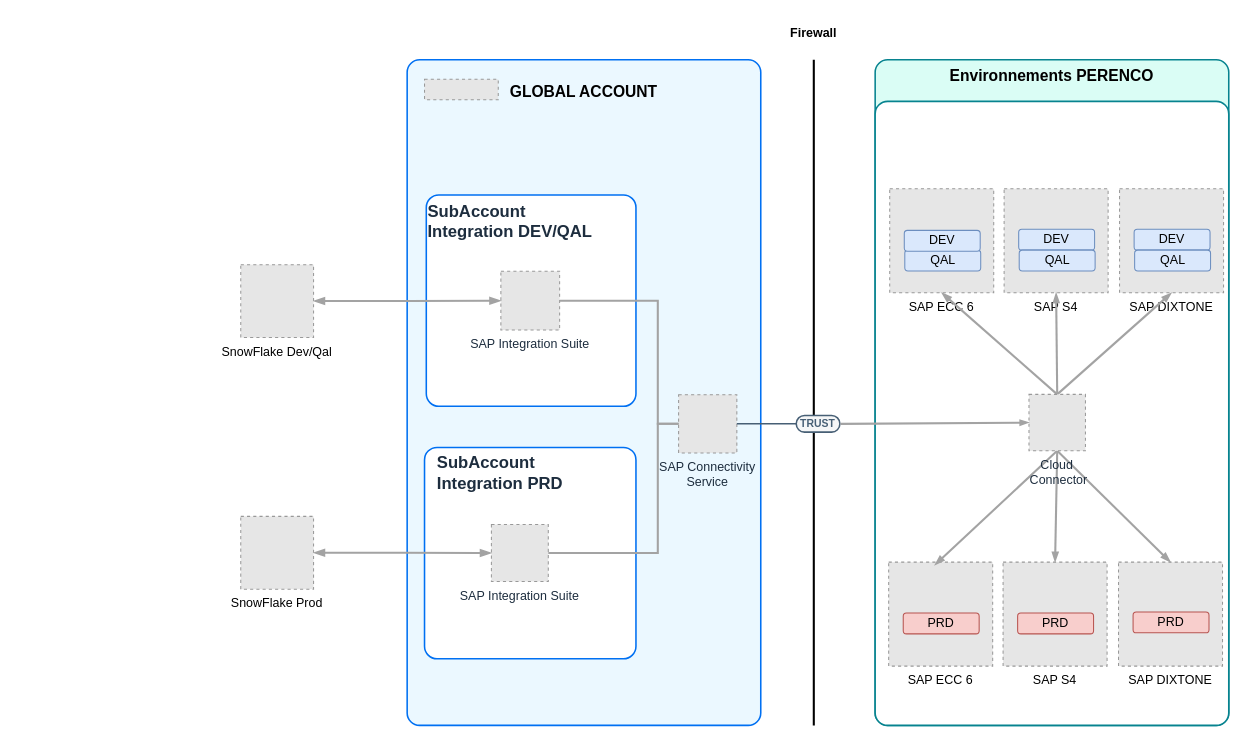
Above: page "Page-1" (1 of 2) of Workflow.drawio in MikaPaP/ArchiWorkflow (draw.io), before the change. Source tidied: cells renumbered, new cells numbered last; positions are measured from the earlier drawing's top-left corner, leaving out a move shared by most shapes. Both pictures are drawn from the tidied source at 104%, with x=0, y=0 at pixel (240, 18). Pictures stored in the file or linked from it are replaced by grey dashed boxes.
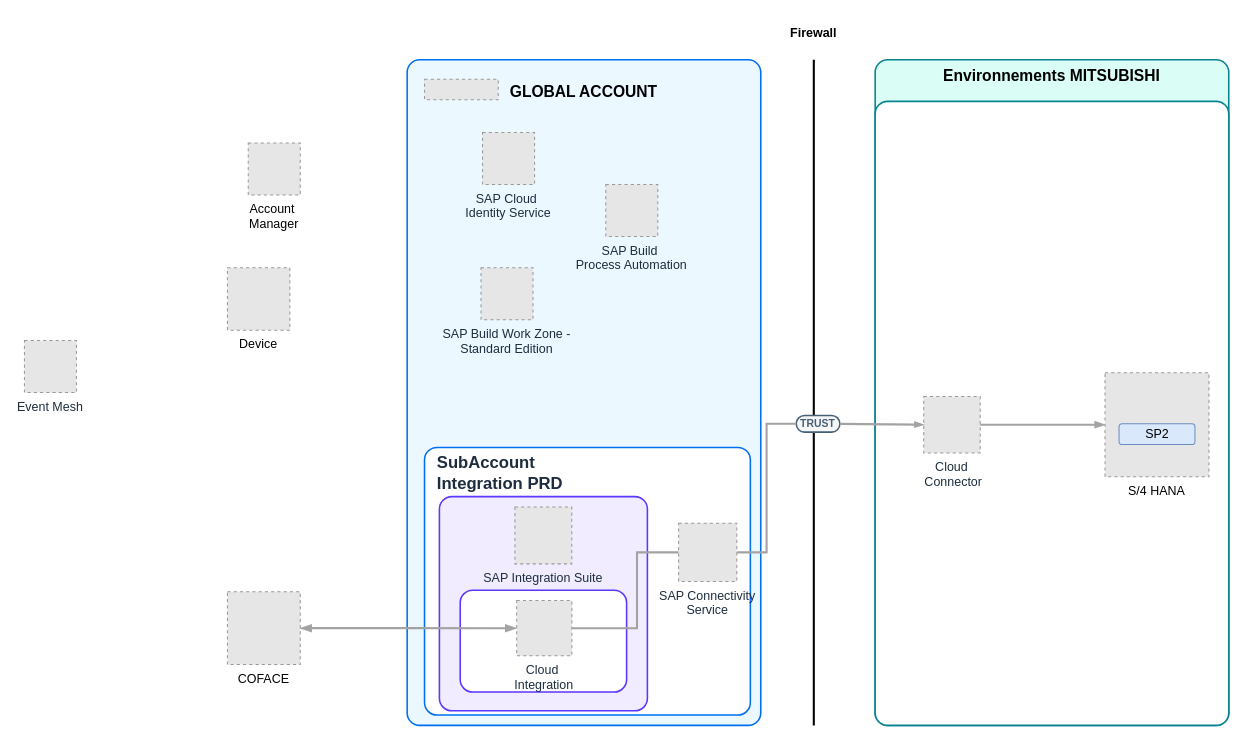
Above is the later version.

Commit message:
Mettre à jour Workflow.drawio

The change refers to these unchanged cells:
```xml
<mxCell id="25" value="&lt;p style=&quot;line-height: 114%;&quot;&gt;&lt;font color=&quot;#475f75&quot; size=&quot;1&quot;&gt;&lt;b style=&quot;&quot;&gt;TRUST&lt;/b&gt;&lt;/font&gt;&lt;/p&gt;" style="rounded=1;whiteSpace=wrap;html=1;arcSize=50;strokeColor=#475f75;fillColor=#f5f6f7;fontColor=#266f3a;strokeWidth=1.5;" parent="14" vertex="1">
  <mxGeometry x="374.1" y="342" width="42" height="16" as="geometry" />
</mxCell>
```

Diff of the diagram source:
```diff
@@
-    <mxCell id="2" value="Environnements PERENCO" style="rounded=1;whiteSpace=wrap;html=1;strokeColor=#07838f;fillColor=#dafdf5;arcSize=24;absoluteArcSize=1;imageWidth=64;imageHeight=64;strokeWidth=1.5;verticalAlign=top;fontSize=15;fontStyle=1;" parent="1" vertex="1">
+    <mxCell id="2" value="Environnements MITSUBISHI" style="rounded=1;whiteSpace=wrap;html=1;strokeColor=#07838f;fillColor=#dafdf5;arcSize=24;absoluteArcSize=1;imageWidth=64;imageHeight=64;strokeWidth=1.5;verticalAlign=top;fontSize=15;fontStyle=1;" parent="1" vertex="1">
       <mxGeometry x="610" y="40" width="340" height="640" as="geometry" />
     </mxCell>
@@
-    <mxCell id="4" value="SAP ECC 6" style="fillColor=#E6E6E6;strokeColor=#999999;dashed=1;verticalLabelPosition=bottom;verticalAlign=top;" parent="1" vertex="1">
-      <mxGeometry x="624" y="164" width="100" height="100" as="geometry" />
-    </mxCell>
-    <mxCell id="5" value="SnowFlake Dev/Qal" style="fillColor=#E6E6E6;strokeColor=#999999;dashed=1;verticalLabelPosition=bottom;verticalAlign=top;" parent="1" vertex="1">
-      <mxGeometry y="237" width="70" height="70" as="geometry" />
-    </mxCell>
-    <mxCell id="6" value="SnowFlake Prod" style="fillColor=#E6E6E6;strokeColor=#999999;dashed=1;verticalLabelPosition=bottom;verticalAlign=top;" parent="1" vertex="1">
-      <mxGeometry y="479" width="70" height="70" as="geometry" />
+    <mxCell id="6" value="COFACE" style="fillColor=#E6E6E6;strokeColor=#999999;dashed=1;verticalLabelPosition=bottom;verticalAlign=top;" parent="1" vertex="1">
+      <mxGeometry x="-12.8" y="551.5" width="70" height="70" as="geometry" />
     </mxCell>
-    <mxCell id="7" value="QAL" style="rounded=1;whiteSpace=wrap;html=1;fillColor=#dae8fc;strokeColor=#6c8ebf;" parent="1" vertex="1">
-      <mxGeometry x="638.5" y="223" width="73" height="20" as="geometry" />
-    </mxCell>
-    <mxCell id="8" value="SAP S4" style="fillColor=#E6E6E6;strokeColor=#999999;dashed=1;verticalLabelPosition=bottom;verticalAlign=top;" parent="1" vertex="1">
-      <mxGeometry x="734" y="164" width="100" height="100" as="geometry" />
-    </mxCell>
-    <mxCell id="9" value="DEV" style="rounded=1;whiteSpace=wrap;html=1;fillColor=#dae8fc;strokeColor=#6c8ebf;" parent="1" vertex="1">
-      <mxGeometry x="748" y="203" width="73" height="20" as="geometry" />
-    </mxCell>
-    <mxCell id="10" value="QAL" style="rounded=1;whiteSpace=wrap;html=1;fillColor=#dae8fc;strokeColor=#6c8ebf;" parent="1" vertex="1">
-      <mxGeometry x="748.5" y="223" width="73" height="20" as="geometry" />
-    </mxCell>
-    <mxCell id="11" value="SAP DIXTONE" style="fillColor=#E6E6E6;strokeColor=#999999;dashed=1;verticalLabelPosition=bottom;verticalAlign=top;" parent="1" vertex="1">
-      <mxGeometry x="845" y="164" width="100" height="100" as="geometry" />
+    <mxCell id="11" value="S/4 HANA" style="fillColor=#E6E6E6;strokeColor=#999999;dashed=1;verticalLabelPosition=bottom;verticalAlign=top;" parent="1" vertex="1">
+      <mxGeometry x="831" y="340.9" width="100" height="100" as="geometry" />
     </mxCell>
-    <mxCell id="12" value="DEV" style="rounded=1;whiteSpace=wrap;html=1;fillColor=#dae8fc;strokeColor=#6c8ebf;" parent="1" vertex="1">
-      <mxGeometry x="859" y="203" width="73" height="20" as="geometry" />
-    </mxCell>
-    <mxCell id="13" value="QAL" style="rounded=1;whiteSpace=wrap;html=1;fillColor=#dae8fc;strokeColor=#6c8ebf;" parent="1" vertex="1">
-      <mxGeometry x="859.5" y="223" width="73" height="20" as="geometry" />
+    <mxCell id="13" value="SP2" style="rounded=1;whiteSpace=wrap;html=1;fillColor=#dae8fc;strokeColor=#6c8ebf;" parent="1" vertex="1">
+      <mxGeometry x="844.5" y="390" width="73" height="20" as="geometry" />
     </mxCell>
     <mxCell id="14" style="group;arcSize=24;" parent="1" vertex="1">
-      <mxGeometry x="160" y="40" width="543" height="640" as="geometry" />
+      <mxGeometry x="160" y="40" width="551" height="640" as="geometry" />
     </mxCell>
@@
     <mxCell id="17" style="rounded=1;whiteSpace=wrap;html=1;strokeColor=#0070F2;strokeWidth=1.5;arcSize=24;fillColor=#FFFFFF;perimeterSpacing=0;absoluteArcSize=1;" parent="14" vertex="1">
-      <mxGeometry x="16.7" y="372.7" width="203.3" height="203.2" as="geometry" />
+      <mxGeometry x="16.7" y="372.7" width="313.3" height="257.3" as="geometry" />
     </mxCell>
@@
-    <mxCell id="19" value="&lt;font face=&quot;arial&quot; style=&quot;color: rgb(29, 45, 62); text-wrap-mode: nowrap; font-size: 16px;&quot;&gt;&lt;b&gt;SubAccount&lt;/b&gt;&lt;/font&gt;&lt;div style=&quot;color: rgb(29, 45, 62); text-wrap-mode: nowrap;&quot;&gt;&lt;font face=&quot;arial&quot; style=&quot;font-size: 16px;&quot;&gt;&lt;b&gt;Integration DEV/QAL&lt;/b&gt;&lt;/font&gt;&lt;/div&gt;" style="rounded=1;whiteSpace=wrap;html=1;strokeColor=#0070F2;strokeWidth=1.5;arcSize=24;fillColor=#FFFFFF;perimeterSpacing=0;absoluteArcSize=1;verticalAlign=top;align=left;" parent="14" vertex="1">
-      <mxGeometry x="18.4" y="130" width="201.6" height="203.2" as="geometry" />
-    </mxCell>
-    <mxCell id="20" value="SAP Integration Suite" style="fillColor=#E6E6E6;strokeColor=#999999;dashed=1;verticalLabelPosition=bottom;verticalAlign=top;fontStyle=0;fontSize=12;fontColor=#1D2D3E;" parent="14" vertex="1">
-      <mxGeometry x="81" y="446.9" width="54.7" height="54.7" as="geometry" />
-    </mxCell>
-    <mxCell id="21" value="SAP Integration Suite" style="fillColor=#E6E6E6;strokeColor=#999999;dashed=1;verticalLabelPosition=bottom;verticalAlign=top;fontStyle=0;fontSize=12;fontColor=#1D2D3E;" parent="14" vertex="1">
-      <mxGeometry x="90.1" y="203.4" width="56.5" height="56.5" as="geometry" />
-    </mxCell>
-    <mxCell id="22" value="DEV" style="rounded=1;whiteSpace=wrap;html=1;fillColor=#dae8fc;strokeColor=#6c8ebf;" parent="14" vertex="1">
-      <mxGeometry x="478" y="164" width="73" height="20" as="geometry" />
-    </mxCell>
     <mxCell id="23" value="SAP Connectivity&#10;Service" style="fillColor=#E6E6E6;strokeColor=#999999;dashed=1;verticalLabelPosition=bottom;verticalAlign=top;fontStyle=0;fontSize=12;fontColor=#1D2D3E;" parent="14" vertex="1">
-      <mxGeometry x="261" y="322" width="56" height="56" as="geometry" />
+      <mxGeometry x="261" y="445.6" width="56" height="56" as="geometry" />
     </mxCell>
@@
-    <mxCell id="26" style="endArrow=none;html=1;rounded=0;entryX=0;entryY=0.5;entryDx=0;entryDy=0;strokeColor=#475f75;strokeWidth=1.5;exitX=1;exitY=0.5;exitDx=0;exitDy=0;exitPerimeter=0;" parent="14" edge="1" source="23" target="25">
-      <mxGeometry relative="1" as="geometry" />
-    </mxCell>
-    <mxCell id="27" style="edgeStyle=orthogonalEdgeStyle;rounded=0;jettySize=auto;html=1;exitX=1;exitY=0.5;exitDx=0;exitDy=0;exitPerimeter=0;entryX=0;entryY=0.5;entryDx=0;entryDy=0;entryPerimeter=0;strokeColor=#A3A3A3;strokeWidth=2;endArrow=none;endFill=0;" parent="14" edge="1" source="21" target="23">
-      <mxGeometry relative="1" as="geometry">
-        <Array as="points">
-          <mxPoint x="241" y="232" />
-          <mxPoint x="241" y="350" />
-        </Array>
-      </mxGeometry>
-    </mxCell>
-    <mxCell id="28" style="edgeStyle=orthogonalEdgeStyle;rounded=0;jettySize=auto;html=1;exitX=1;exitY=0.5;exitDx=0;exitDy=0;exitPerimeter=0;entryX=0;entryY=0.5;entryDx=0;entryDy=0;entryPerimeter=0;strokeColor=#A3A3A3;strokeWidth=2;endArrow=none;endFill=0;" parent="14" edge="1" source="20" target="23">
-      <mxGeometry relative="1" as="geometry">
-        <Array as="points">
-          <mxPoint x="241" y="474" />
-          <mxPoint x="241" y="350" />
-        </Array>
-      </mxGeometry>
-    </mxCell>
-    <mxCell id="29" value="SAP ECC 6" style="fillColor=#E6E6E6;strokeColor=#999999;dashed=1;verticalLabelPosition=bottom;verticalAlign=top;" parent="1" vertex="1">
-      <mxGeometry x="623" y="523" width="100" height="100" as="geometry" />
-    </mxCell>
-    <mxCell id="30" value="SAP S4" style="fillColor=#E6E6E6;strokeColor=#999999;dashed=1;verticalLabelPosition=bottom;verticalAlign=top;" parent="1" vertex="1">
-      <mxGeometry x="733" y="523" width="100" height="100" as="geometry" />
-    </mxCell>
-    <mxCell id="31" value="PRD" style="rounded=1;whiteSpace=wrap;html=1;fillColor=#f8cecc;strokeColor=#b85450;" parent="1" vertex="1">
-      <mxGeometry x="747" y="572" width="73" height="20" as="geometry" />
-    </mxCell>
-    <mxCell id="32" value="SAP DIXTONE" style="fillColor=#E6E6E6;strokeColor=#999999;dashed=1;verticalLabelPosition=bottom;verticalAlign=top;" parent="1" vertex="1">
-      <mxGeometry x="844" y="523" width="100" height="100" as="geometry" />
-    </mxCell>
-    <mxCell id="33" value="PRD" style="rounded=1;whiteSpace=wrap;html=1;fillColor=#f8cecc;strokeColor=#b85450;" parent="1" vertex="1">
-      <mxGeometry x="858" y="571" width="73" height="20" as="geometry" />
-    </mxCell>
-    <mxCell id="34" value="PRD" style="rounded=1;whiteSpace=wrap;html=1;fillColor=#f8cecc;strokeColor=#b85450;" parent="1" vertex="1">
-      <mxGeometry x="637" y="572" width="73" height="20" as="geometry" />
-    </mxCell>
-    <mxCell id="35" style="edgeStyle=none;rounded=0;jettySize=auto;html=1;fontColor=#BFBFBF;fontSize=13;strokeColor=#A3A3A3;endSize=5;strokeWidth=2;endArrow=blockThin;endFill=1;exitX=0.5;exitY=0;exitDx=0;exitDy=0;entryX=0.5;entryY=1;entryDx=0;entryDy=0;" parent="1" edge="1" source="42" target="8">
-      <mxGeometry relative="1" as="geometry" />
-    </mxCell>
-    <mxCell id="36" style="edgeStyle=none;rounded=0;jettySize=auto;html=1;fontColor=#BFBFBF;fontSize=13;strokeColor=#A3A3A3;endSize=5;strokeWidth=2;endArrow=blockThin;endFill=1;exitX=0.5;exitY=0;exitDx=0;exitDy=0;entryX=0.5;entryY=1;entryDx=0;entryDy=0;" parent="1" edge="1" source="42" target="11">
-      <mxGeometry relative="1" as="geometry" />
-    </mxCell>
-    <mxCell id="37" style="edgeStyle=none;rounded=0;jettySize=auto;html=1;fontColor=#BFBFBF;fontSize=13;strokeColor=#A3A3A3;endSize=5;strokeWidth=2;endArrow=blockThin;endFill=1;entryX=0.5;entryY=1;entryDx=0;entryDy=0;exitX=0.5;exitY=0;exitDx=0;exitDy=0;" parent="1" edge="1" source="42" target="4">
-      <mxGeometry relative="1" as="geometry" />
-    </mxCell>
-    <mxCell id="38" style="edgeStyle=none;rounded=0;jettySize=auto;html=1;fontColor=#BFBFBF;fontSize=13;strokeColor=#A3A3A3;endSize=5;strokeWidth=2;endArrow=blockThin;endFill=1;entryX=0.443;entryY=0.028;entryDx=0;entryDy=0;exitX=0.5;exitY=1;exitDx=0;exitDy=0;entryPerimeter=0;" parent="1" edge="1" source="42" target="29">
-      <mxGeometry relative="1" as="geometry" />
-    </mxCell>
-    <mxCell id="39" style="edgeStyle=none;rounded=0;jettySize=auto;html=1;fontColor=#BFBFBF;fontSize=13;strokeColor=#A3A3A3;endSize=5;strokeWidth=2;endArrow=blockThin;endFill=1;entryX=0.5;entryY=0;entryDx=0;entryDy=0;exitX=0.5;exitY=1;exitDx=0;exitDy=0;" parent="1" edge="1" source="42" target="30">
-      <mxGeometry relative="1" as="geometry" />
-    </mxCell>
-    <mxCell id="40" style="edgeStyle=none;rounded=0;jettySize=auto;html=1;fontColor=#BFBFBF;fontSize=13;strokeColor=#A3A3A3;endSize=5;strokeWidth=2;endArrow=blockThin;endFill=1;entryX=0.5;entryY=0;entryDx=0;entryDy=0;exitX=0.5;exitY=1;exitDx=0;exitDy=0;" parent="1" edge="1" source="42" target="32">
-      <mxGeometry relative="1" as="geometry" />
-    </mxCell>
-    <mxCell id="41" value="Firewall" style="text;strokeColor=none;align=center;fillColor=none;html=1;verticalAlign=middle;whiteSpace=wrap;rounded=0;fontStyle=1;" parent="1" vertex="1">
-      <mxGeometry x="521" width="60" height="30" as="geometry" />
-    </mxCell>
-    <mxCell id="42" value="Cloud&#10; Connector" style="fillColor=#E6E6E6;strokeColor=#999999;dashed=1;verticalLabelPosition=bottom;verticalAlign=top;fontStyle=0;fontSize=12;fontColor=#1D2D3E;" parent="1" vertex="1">
-      <mxGeometry x="757.9" y="361.7" width="54.3" height="54.3" as="geometry" />
+    <mxCell id="42" value="Cloud&#10; Connector" style="fillColor=#E6E6E6;strokeColor=#999999;dashed=1;verticalLabelPosition=bottom;verticalAlign=top;fontStyle=0;fontSize=12;fontColor=#1D2D3E;" parent="14" vertex="1">
+      <mxGeometry x="496.7" y="323.7" width="54.3" height="54.3" as="geometry" />
     </mxCell>
-    <mxCell id="43" style="endArrow=blockThin;html=1;rounded=0;strokeColor=#A3A3A3;strokeWidth=2;exitX=1.015;exitY=0.505;exitDx=0;exitDy=0;exitPerimeter=0;endFill=1;endSize=4;startSize=4;entryX=0;entryY=0.5;entryDx=0;entryDy=0;" parent="1" edge="1" source="25" target="42">
+    <mxCell id="43" style="endArrow=blockThin;html=1;rounded=0;strokeColor=#A3A3A3;strokeWidth=2;exitX=1.015;exitY=0.505;exitDx=0;exitDy=0;exitPerimeter=0;endFill=1;endSize=4;startSize=4;entryX=0;entryY=0.5;entryDx=0;entryDy=0;" parent="14" edge="1" source="25" target="42">
       <mxGeometry relative="1" as="geometry" />
     </mxCell>
-    <mxCell id="44" style="edgeStyle=orthogonalEdgeStyle;rounded=0;jettySize=auto;html=1;exitX=1;exitY=0.5;exitDx=0;exitDy=0;entryX=0;entryY=0.5;entryDx=0;entryDy=0;entryPerimeter=0;strokeWidth=2;endArrow=blockThin;endFill=1;strokeColor=#A3A3A3;startArrow=blockThin;startFill=1;" parent="1" edge="1" source="5" target="21">
-      <mxGeometry relative="1" as="geometry" />
-    </mxCell>
+    <mxCell id="46" value="SAP Build Work Zone -&#10;Standard Edition" style="fillColor=#E6E6E6;strokeColor=#999999;dashed=1;verticalLabelPosition=bottom;verticalAlign=top;fontStyle=0;fontSize=12;fontColor=#1D2D3E;" parent="14" vertex="1">
+      <mxGeometry x="71" y="200" width="50" height="50" as="geometry" />
+    </mxCell>
+    <mxCell id="26" style="edgeStyle=orthogonalEdgeStyle;rounded=0;jettySize=auto;html=1;exitX=1;exitY=0.5;exitDx=0;exitDy=0;exitPerimeter=0;strokeColor=#A3A3A3;strokeWidth=2;endArrow=none;endFill=0;entryX=0;entryY=0.5;entryDx=0;entryDy=0;" parent="14" edge="1" source="23" target="25">
+      <mxGeometry relative="1" as="geometry" />
+    </mxCell>
+    <mxCell id="47" value="SAP Cloud &#10;Identity Service" style="fillColor=#E6E6E6;strokeColor=#999999;dashed=1;verticalLabelPosition=bottom;verticalAlign=top;fontStyle=0;fontSize=12;fontColor=#1D2D3E;" parent="14" vertex="1">
+      <mxGeometry x="72.5" y="70" width="50" height="50" as="geometry" />
+    </mxCell>
+    <mxCell id="48" value="SAP Build &#10;Process Automation" style="fillColor=#E6E6E6;strokeColor=#999999;dashed=1;verticalLabelPosition=bottom;verticalAlign=top;fontStyle=0;fontSize=12;fontColor=#1D2D3E;" parent="14" vertex="1">
+      <mxGeometry x="191" y="120" width="50" height="50" as="geometry" />
+    </mxCell>
+    <mxCell id="36" style="edgeStyle=none;rounded=0;jettySize=auto;html=1;fontColor=#BFBFBF;fontSize=13;strokeColor=#A3A3A3;endSize=5;strokeWidth=2;endArrow=blockThin;endFill=1;exitX=1;exitY=0.5;exitDx=0;exitDy=0;entryX=0;entryY=0.5;entryDx=0;entryDy=0;" parent="1" edge="1" source="42" target="11">
+      <mxGeometry relative="1" as="geometry" />
+    </mxCell>
+    <mxCell id="41" value="Firewall" style="text;strokeColor=none;align=center;fillColor=none;html=1;verticalAlign=middle;whiteSpace=wrap;rounded=0;fontStyle=1;" parent="1" vertex="1">
+      <mxGeometry x="521" width="60" height="30" as="geometry" />
+    </mxCell>
+    <mxCell id="49" value="Account &#10;Manager" style="fillColor=#E6E6E6;strokeColor=#999999;dashed=1;verticalLabelPosition=bottom;verticalAlign=top;" parent="1" vertex="1">
+      <mxGeometry x="7.2" y="120" width="50" height="50" as="geometry" />
+    </mxCell>
+    <mxCell id="50" style="rounded=1;whiteSpace=wrap;html=1;strokeColor=#5d36ff;fillColor=#f1ecff;arcSize=24;absoluteArcSize=1;imageWidth=64;imageHeight=64;strokeWidth=1.5;" parent="1" vertex="1">
+      <mxGeometry x="191" y="460" width="200" height="205.9" as="geometry" />
+    </mxCell>
+    <mxCell id="51" style="rounded=1;whiteSpace=wrap;html=1;strokeColor=#5d36ff;fillColor=#FFFFFF;arcSize=24;absoluteArcSize=1;imageWidth=64;imageHeight=64;strokeWidth=1.5;" parent="1" vertex="1">
+      <mxGeometry x="211" y="550" width="160" height="97.9" as="geometry" />
+    </mxCell>
+    <mxCell id="52" value="SAP Integration Suite" style="fillColor=#E6E6E6;strokeColor=#999999;dashed=1;verticalLabelPosition=bottom;verticalAlign=top;fontStyle=0;fontSize=12;fontColor=#1D2D3E;" parent="1" vertex="1">
+      <mxGeometry x="263.6" y="470" width="54.7" height="54.7" as="geometry" />
+    </mxCell>
+    <mxCell id="53" value="Cloud &#10;Integration" style="fillColor=#E6E6E6;strokeColor=#999999;dashed=1;verticalLabelPosition=bottom;verticalAlign=top;fontStyle=0;fontSize=12;fontColor=#1D2D3E;" parent="1" vertex="1">
+      <mxGeometry x="265.3" y="560" width="53.1" height="53.1" as="geometry" />
+    </mxCell>
+    <mxCell id="54" value="Event Mesh" style="fillColor=#E6E6E6;strokeColor=#999999;dashed=1;verticalLabelPosition=bottom;verticalAlign=top;fontStyle=0;fontSize=12;fontColor=#1D2D3E;" parent="1" vertex="1">
+      <mxGeometry x="-208" y="310" width="50" height="50" as="geometry" />
+    </mxCell>
-    <mxCell id="45" style="edgeStyle=orthogonalEdgeStyle;rounded=0;jettySize=auto;html=1;exitX=1;exitY=0.5;exitDx=0;exitDy=0;entryX=0;entryY=0.5;entryDx=0;entryDy=0;entryPerimeter=0;strokeWidth=2;strokeColor=#A3A3A3;endArrow=blockThin;endFill=1;startArrow=blockThin;startFill=1;" parent="1" edge="1" source="6" target="20">
+    <mxCell id="45" style="edgeStyle=orthogonalEdgeStyle;rounded=0;jettySize=auto;html=1;exitX=1;exitY=0.5;exitDx=0;exitDy=0;strokeWidth=2;strokeColor=#A3A3A3;endArrow=blockThin;endFill=1;startArrow=blockThin;startFill=1;entryX=0;entryY=0.5;entryDx=0;entryDy=0;entryPerimeter=0;" parent="1" edge="1" source="6" target="53">
       <mxGeometry relative="1" as="geometry" />
     </mxCell>
+    <mxCell id="28" style="edgeStyle=orthogonalEdgeStyle;rounded=0;jettySize=auto;html=1;exitX=1;exitY=0.5;exitDx=0;exitDy=0;exitPerimeter=0;strokeColor=#A3A3A3;strokeWidth=2;endArrow=none;endFill=0;entryX=0;entryY=0.5;entryDx=0;entryDy=0;entryPerimeter=0;" parent="1" edge="1" source="53" target="23">
+      <mxGeometry relative="1" as="geometry">
+        <Array as="points">
+          <mxPoint x="381" y="586" />
+          <mxPoint x="381" y="514" />
+        </Array>
+      </mxGeometry>
+    </mxCell>
+    <mxCell id="55" value="Device" style="fillColor=#E6E6E6;strokeColor=#999999;dashed=1;verticalLabelPosition=bottom;verticalAlign=top;" parent="1" vertex="1">
+      <mxGeometry x="-12.8" y="240" width="60" height="60" as="geometry" />
+    </mxCell>
```
